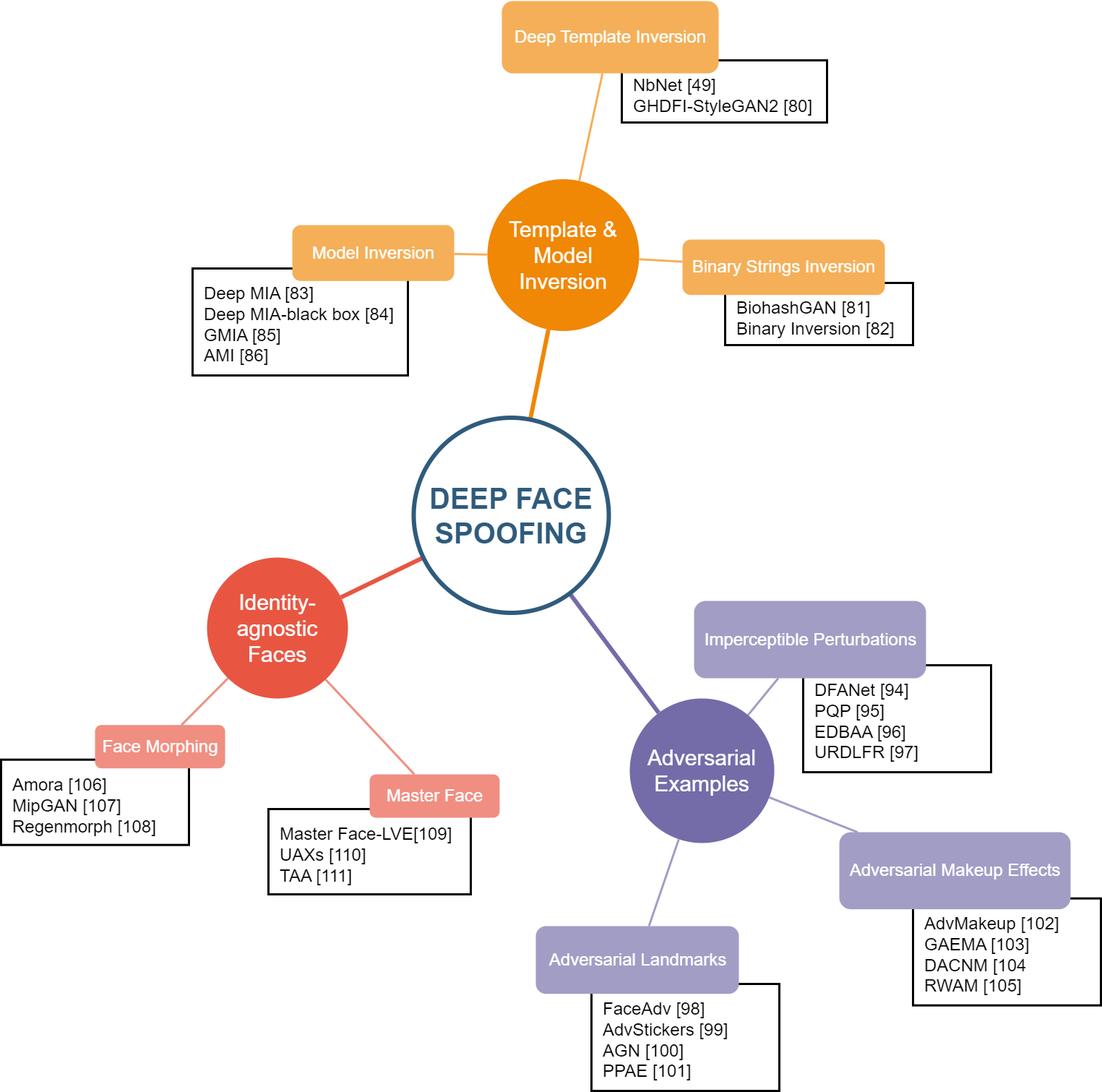
Earlier version of the draw.io export pictures/taxonomy_dfs.png (dhimasarief/DFS-DFAS-SLR). Source tidied: cells renumbered, new cells last; positions are measured from the earlier drawing's top-left corner, leaving out a move shared by most shapes.
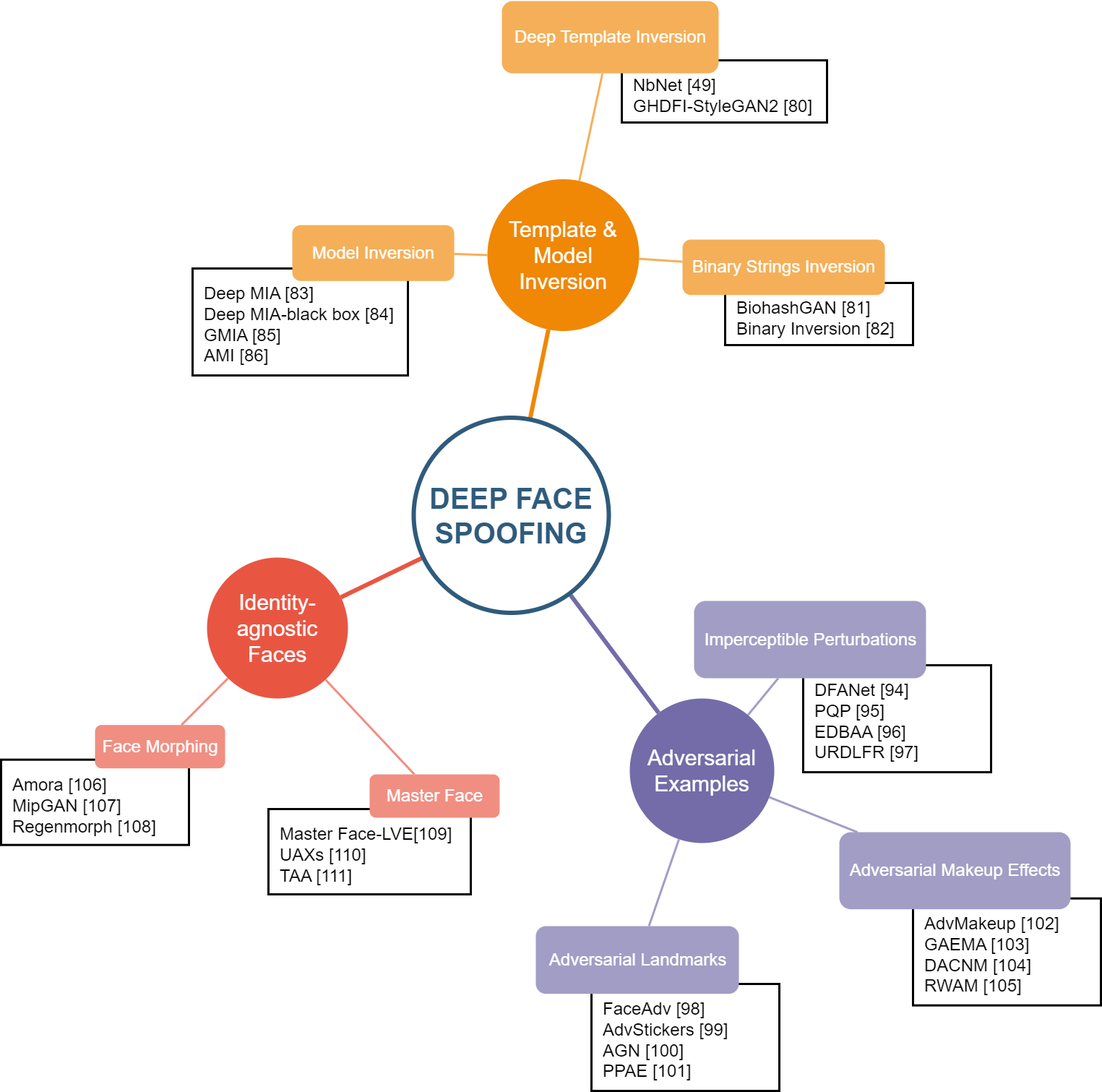
The same file after the commit.

What changed in the source:
```diff
@@ -71,7 +71,7 @@
     <mxCell id="24" value="Imperceptible Perturbations" style="rounded=1;fillColor=#a29dc5;strokeColor=none;strokeWidth=3;shadow=0;html=1;fontColor=#FFFFFF;fontSize=24;" parent="1" vertex="1">
       <mxGeometry x="959" y="830" width="321" height="107" as="geometry" />
     </mxCell>
-    <mxCell id="25" value="AdvMakeup [102]&#10;GAEMA [103]&#10;DACNM [104&#10;RWAM [105]&#10;" style="rounded=0;fontSize=24;verticalAlign=top;align=left;spacingTop=0;spacingLeft=0;spacingRight=0;whiteSpace=wrap;spacing=16;strokeWidth=3;" parent="1" vertex="1">
+    <mxCell id="25" value="AdvMakeup [102]&#10;GAEMA [103]&#10;DACNM [104]&#10;RWAM [105]&#10;" style="rounded=0;fontSize=24;verticalAlign=top;align=left;spacingTop=0;spacingLeft=0;spacingRight=0;whiteSpace=wrap;spacing=16;strokeWidth=3;" parent="1" vertex="1">
       <mxGeometry x="1262" y="1241.7" width="260" height="148" as="geometry" />
     </mxCell>
     <mxCell id="26" value="Adversarial Makeup Effects" style="rounded=1;fillColor=#a29dc5;strokeColor=none;strokeWidth=3;shadow=0;html=1;fontColor=#FFFFFF;fontSize=24;" parent="1" vertex="1">
```
